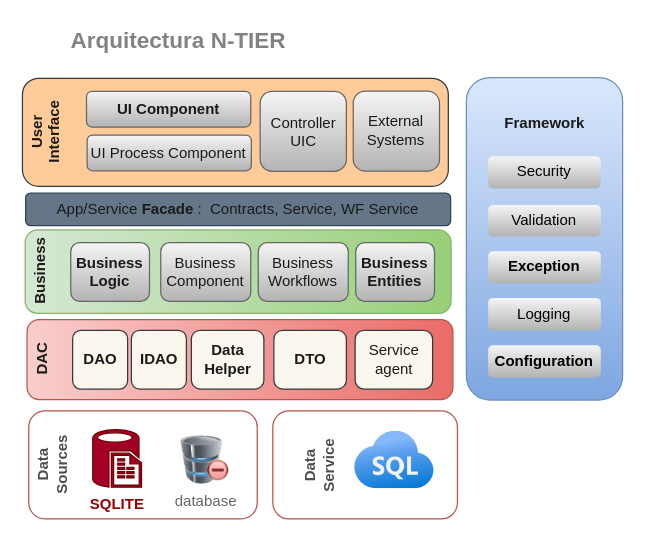
The draw.io diagram EcuFauna/Design/AJDiagramaArquitectura.dio in Juancb28/examenProgra_II, before the edit. Source tidied: cells renumbered, new cells numbered last; positions are measured from the earlier drawing's top-left corner, leaving out a move shared by most shapes. Both pictures are drawn from the tidied source at 125%, with x=0, y=0 at pixel (25, -81).
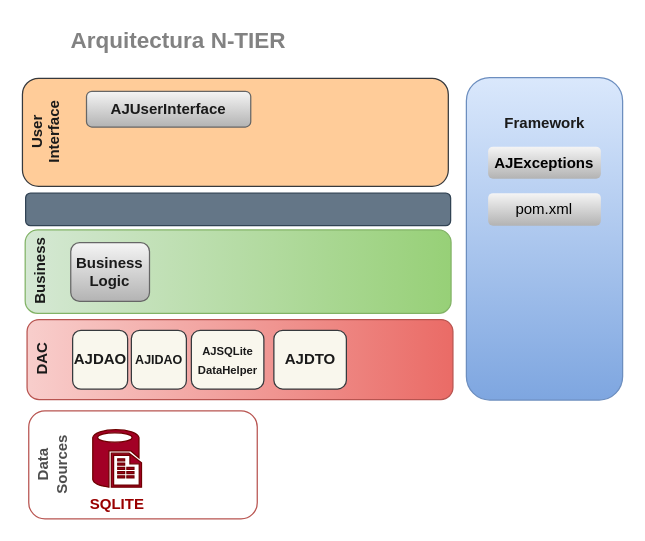
The same diagram, later.

The edit, as a diff of the source:
```diff
@@
-    <mxCell id="3" value="&lt;font color=&quot;#1a1a1a&quot;&gt;&lt;b&gt;DAO&lt;/b&gt;&lt;br&gt;&lt;/font&gt;" style="rounded=1;whiteSpace=wrap;html=1;fillColor=#f9f7ed;strokeColor=#36393d;" parent="1" vertex="1">
+    <mxCell id="3" value="&lt;font color=&quot;#1a1a1a&quot;&gt;&lt;b&gt;AJDAO&lt;/b&gt;&lt;br&gt;&lt;/font&gt;" style="rounded=1;whiteSpace=wrap;html=1;fillColor=#f9f7ed;strokeColor=#36393d;" parent="1" vertex="1">
       <mxGeometry x="37.6" y="328.8" width="44" height="47" as="geometry" />
     </mxCell>
@@
-    <mxCell id="5" value="&lt;font color=&quot;#1a1a1a&quot;&gt;&lt;b&gt;Data Helper&lt;/b&gt;&lt;br&gt;&lt;/font&gt;" style="rounded=1;whiteSpace=wrap;html=1;fillColor=#f9f7ed;strokeColor=#36393d;" parent="1" vertex="1">
+    <mxCell id="5" value="&lt;font color=&quot;#1a1a1a&quot;&gt;&lt;b&gt;&lt;font style=&quot;font-size: 9px;&quot;&gt;AJSQLite&lt;br&gt;DataHelper&lt;/font&gt;&lt;/b&gt;&lt;br&gt;&lt;/font&gt;" style="rounded=1;whiteSpace=wrap;html=1;fillColor=#f9f7ed;strokeColor=#36393d;" parent="1" vertex="1">
       <mxGeometry x="132.6" y="328.7" width="58" height="47" as="geometry" />
     </mxCell>
-    <mxCell id="6" value="&lt;font color=&quot;#1a1a1a&quot;&gt;Service agent&lt;br&gt;&lt;/font&gt;" style="rounded=1;whiteSpace=wrap;html=1;fillColor=#f9f7ed;strokeColor=#36393d;" parent="1" vertex="1">
-      <mxGeometry x="263.6" y="328.8" width="62" height="47" as="geometry" />
-    </mxCell>
@@
-    <mxCell id="8" value="&lt;span style=&quot;&quot;&gt;&lt;font color=&quot;#000000&quot;&gt;Validation&lt;/font&gt;&lt;/span&gt;" style="rounded=1;whiteSpace=wrap;html=1;fillColor=#f5f5f5;strokeColor=none;gradientColor=#b3b3b3;" parent="1" vertex="1">
-      <mxGeometry x="370" y="228.5" width="90.2" height="25.1" as="geometry" />
-    </mxCell>
-    <mxCell id="9" value="&lt;span style=&quot;&quot;&gt;&lt;font color=&quot;#000000&quot;&gt;Security&lt;/font&gt;&lt;/span&gt;" style="rounded=1;whiteSpace=wrap;html=1;fillColor=#f5f5f5;strokeColor=none;gradientColor=#b3b3b3;" parent="1" vertex="1">
-      <mxGeometry x="370" y="189.5" width="90.2" height="25.7" as="geometry" />
-    </mxCell>
-    <mxCell id="10" value="&lt;span style=&quot;&quot;&gt;&lt;font color=&quot;#000000&quot;&gt;Logging&lt;/font&gt;&lt;/span&gt;" style="rounded=1;whiteSpace=wrap;html=1;fillColor=#f5f5f5;strokeColor=none;gradientColor=#b3b3b3;" parent="1" vertex="1">
-      <mxGeometry x="370" y="302.8" width="90.2" height="26" as="geometry" />
+    <mxCell id="10" value="&lt;span style=&quot;&quot;&gt;&lt;font color=&quot;#000000&quot;&gt;pom.xml&lt;/font&gt;&lt;/span&gt;" style="rounded=1;whiteSpace=wrap;html=1;fillColor=#f5f5f5;strokeColor=none;gradientColor=#b3b3b3;" parent="1" vertex="1">
+      <mxGeometry x="370" y="219" width="90.2" height="26" as="geometry" />
     </mxCell>
-    <mxCell id="11" value="&lt;span style=&quot;&quot;&gt;&lt;font color=&quot;#000000&quot;&gt;&lt;b&gt;Exception&lt;/b&gt;&lt;/font&gt;&lt;/span&gt;" style="rounded=1;whiteSpace=wrap;html=1;fillColor=#f5f5f5;strokeColor=none;gradientColor=#b3b3b3;" parent="1" vertex="1">
-      <mxGeometry x="370" y="265.5" width="90.2" height="25.6" as="geometry" />
+    <mxCell id="11" value="&lt;span style=&quot;&quot;&gt;&lt;font color=&quot;#000000&quot;&gt;&lt;b&gt;AJExceptions&lt;/b&gt;&lt;/font&gt;&lt;/span&gt;" style="rounded=1;whiteSpace=wrap;html=1;fillColor=#f5f5f5;strokeColor=none;gradientColor=#b3b3b3;" parent="1" vertex="1">
+      <mxGeometry x="370" y="181.8" width="90.2" height="25.6" as="geometry" />
     </mxCell>
-    <mxCell id="12" value="&lt;div style=&quot;&quot;&gt;&lt;font color=&quot;#000000&quot;&gt;&lt;b&gt;Configuration&lt;/b&gt;&lt;/font&gt;&lt;/div&gt;" style="rounded=1;whiteSpace=wrap;html=1;fillColor=#f5f5f5;strokeColor=none;gradientColor=#b3b3b3;" parent="1" vertex="1">
-      <mxGeometry x="370" y="340.7" width="90.2" height="25.8" as="geometry" />
-    </mxCell>
@@
-    <mxCell id="15" value="&lt;font color=&quot;#1a1a1a&quot;&gt;&lt;b&gt;Business Entities&lt;/b&gt;&lt;/font&gt;" style="rounded=1;whiteSpace=wrap;html=1;fillColor=#f5f5f5;strokeColor=#666666;gradientColor=#b3b3b3;" parent="1" vertex="1">
-      <mxGeometry x="264.1" y="258.6" width="63" height="47" as="geometry" />
-    </mxCell>
-    <mxCell id="16" value="&lt;font color=&quot;#1a1a1a&quot;&gt;Business Component&lt;/font&gt;" style="rounded=1;whiteSpace=wrap;html=1;fillColor=#f5f5f5;strokeColor=#666666;gradientColor=#b3b3b3;" parent="1" vertex="1">
-      <mxGeometry x="108.1" y="258.6" width="72" height="47" as="geometry" />
-    </mxCell>
-    <mxCell id="17" value="&lt;font color=&quot;#1a1a1a&quot;&gt;Business Workflows&lt;/font&gt;" style="rounded=1;whiteSpace=wrap;html=1;fillColor=#f5f5f5;strokeColor=#666666;gradientColor=#b3b3b3;" parent="1" vertex="1">
-      <mxGeometry x="186.1" y="258.6" width="72" height="47" as="geometry" />
-    </mxCell>
-    <mxCell id="18" value="&lt;font color=&quot;#1a1a1a&quot;&gt;App/Service &lt;b&gt;Facade &lt;/b&gt;:&amp;nbsp; Contracts, Service, WF Service&lt;/font&gt;" style="rounded=1;whiteSpace=wrap;html=1;fillColor=#647687;strokeColor=#314354;fontColor=#ffffff;" parent="1" vertex="1">
+    <mxCell id="18" style="rounded=1;whiteSpace=wrap;html=1;fillColor=#647687;strokeColor=#314354;fontColor=#ffffff;" parent="1" vertex="1">
       <mxGeometry y="219" width="340" height="26" as="geometry" />
     </mxCell>
@@
-    <mxCell id="20" value="&lt;b style=&quot;&quot;&gt;&lt;font color=&quot;#4d4d4d&quot;&gt;Data&lt;br&gt;Service&lt;br&gt;&lt;br&gt;&lt;br&gt;&lt;br&gt;&lt;br&gt;&lt;/font&gt;&lt;br&gt;&lt;/b&gt;" style="rounded=1;whiteSpace=wrap;html=1;fillColor=none;strokeColor=#b85450;rotation=-90;gradientColor=#ea6b66;" parent="1" vertex="1">
-      <mxGeometry x="228.4" y="362.6" width="86.4" height="147.7" as="geometry" />
-    </mxCell>
@@
-    <mxCell id="22" value="&lt;span style=&quot;color: rgb(26, 26, 26);&quot;&gt;UI Process Component&lt;/span&gt;" style="rounded=1;whiteSpace=wrap;html=1;fillColor=#f5f5f5;strokeColor=#666666;gradientColor=#b3b3b3;" parent="1" vertex="1">
-      <mxGeometry x="49.2" y="172.5" width="131.4" height="28.6" as="geometry" />
-    </mxCell>
-    <mxCell id="23" value="&lt;span style=&quot;color: rgb(26, 26, 26);&quot;&gt;&lt;b&gt;UI Component&lt;/b&gt;&lt;/span&gt;" style="rounded=1;whiteSpace=wrap;html=1;fillColor=#f5f5f5;strokeColor=#666666;gradientColor=#b3b3b3;" parent="1" vertex="1">
+    <mxCell id="23" value="&lt;span style=&quot;color: rgb(26, 26, 26);&quot;&gt;&lt;b&gt;AJUserInterface&lt;/b&gt;&lt;/span&gt;" style="rounded=1;whiteSpace=wrap;html=1;fillColor=#f5f5f5;strokeColor=#666666;gradientColor=#b3b3b3;" parent="1" vertex="1">
       <mxGeometry x="48.7" y="137.5" width="131.4" height="28.6" as="geometry" />
     </mxCell>
-    <mxCell id="24" value="&lt;span style=&quot;color: rgb(26, 26, 26);&quot;&gt;Controller&lt;br&gt;UIC&lt;br&gt;&lt;/span&gt;" style="rounded=1;whiteSpace=wrap;html=1;fillColor=#f5f5f5;strokeColor=#666666;gradientColor=#b3b3b3;" parent="1" vertex="1">
-      <mxGeometry x="187.6" y="137.5" width="69" height="64" as="geometry" />
-    </mxCell>
-    <mxCell id="25" value="&lt;span style=&quot;color: rgb(26, 26, 26);&quot;&gt;External&lt;br&gt;Systems&lt;br&gt;&lt;/span&gt;" style="rounded=1;whiteSpace=wrap;html=1;fillColor=#f5f5f5;strokeColor=#666666;gradientColor=#b3b3b3;" parent="1" vertex="1">
-      <mxGeometry x="262.1" y="137.4" width="69" height="64" as="geometry" />
-    </mxCell>
@@
-    <mxCell id="27" value="&lt;font color=&quot;#666666&quot;&gt;database&lt;/font&gt;" style="image;html=1;image=img/lib/clip_art/computers/Database_Minus_128x128.png;strokeColor=default;fontColor=#FFFFFF;fillColor=none;" parent="1" vertex="1">
-      <mxGeometry x="124.6" y="412.9" width="38" height="39.3" as="geometry" />
-    </mxCell>
-    <mxCell id="28" style="html=1;align=center;image;fontSize=12;image=img/lib/azure2/databases/Azure_SQL.svg;strokeColor=default;fontColor=#FFFFFF;fillColor=none;" parent="1" vertex="1">
-      <mxGeometry x="263.1" y="409.6" width="64" height="46" as="geometry" />
-    </mxCell>
-    <mxCell id="29" value="&lt;font color=&quot;#1a1a1a&quot;&gt;&lt;b&gt;DTO&lt;/b&gt;&lt;br&gt;&lt;/font&gt;" style="rounded=1;whiteSpace=wrap;html=1;fillColor=#f9f7ed;strokeColor=#36393d;" parent="1" vertex="1">
+    <mxCell id="29" value="&lt;font color=&quot;#1a1a1a&quot;&gt;&lt;b&gt;AJDTO&lt;/b&gt;&lt;br&gt;&lt;/font&gt;" style="rounded=1;whiteSpace=wrap;html=1;fillColor=#f9f7ed;strokeColor=#36393d;" parent="1" vertex="1">
       <mxGeometry x="198.6" y="328.7" width="58" height="47" as="geometry" />
     </mxCell>
-    <mxCell id="30" value="&lt;font color=&quot;#1a1a1a&quot;&gt;&lt;b&gt;IDAO&lt;/b&gt;&lt;br&gt;&lt;/font&gt;" style="rounded=1;whiteSpace=wrap;html=1;fillColor=#f9f7ed;strokeColor=#36393d;" parent="1" vertex="1">
+    <mxCell id="30" value="&lt;font color=&quot;#1a1a1a&quot;&gt;&lt;b&gt;&lt;font style=&quot;font-size: 10px;&quot;&gt;AJIDAO&lt;/font&gt;&lt;/b&gt;&lt;br&gt;&lt;/font&gt;" style="rounded=1;whiteSpace=wrap;html=1;fillColor=#f9f7ed;strokeColor=#36393d;" parent="1" vertex="1">
       <mxGeometry x="84.6" y="328.7" width="44" height="47" as="geometry" />
     </mxCell>
```
